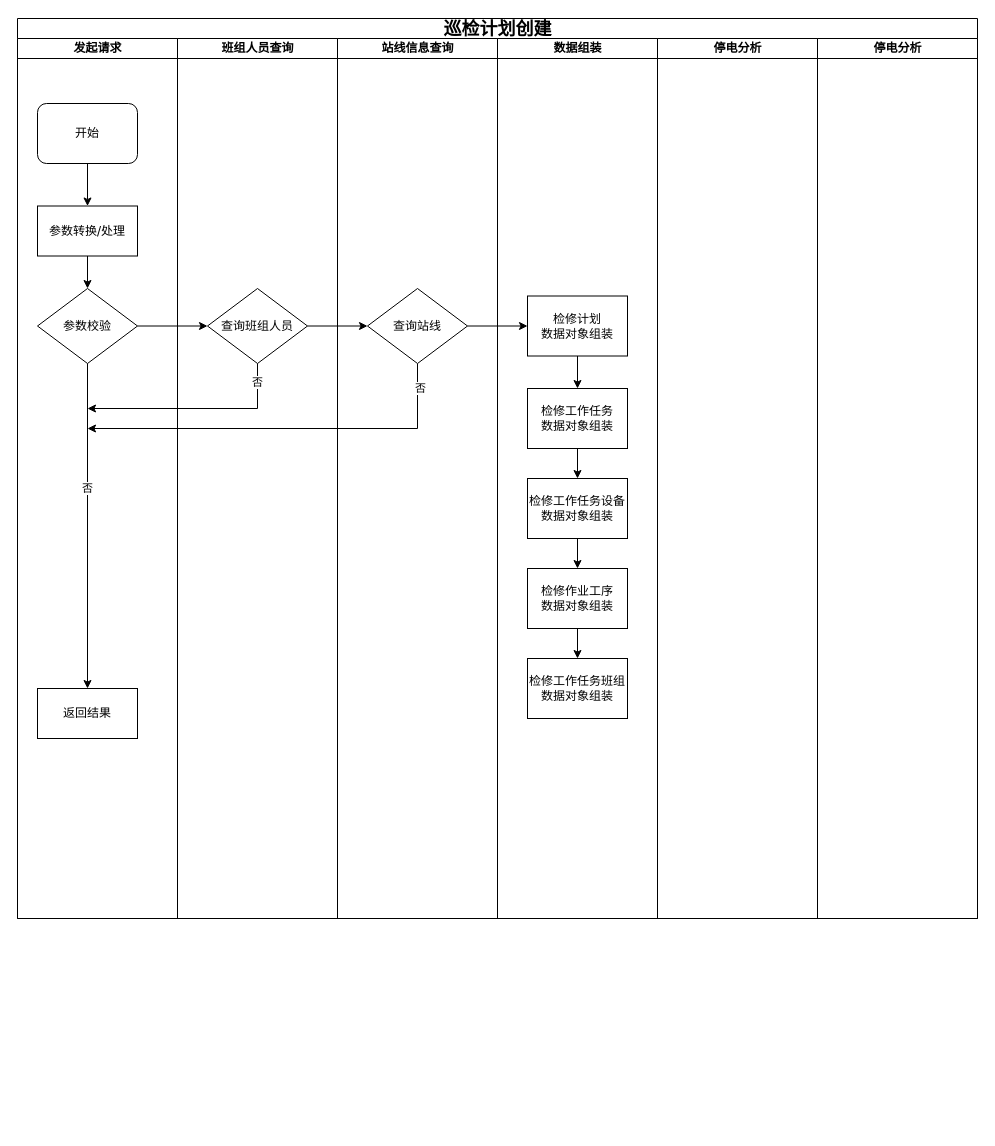
This is 未命名绘图.drawio from wwwwbo/jasperreport_demo, a draw.io file, before an edit. Source tidied: cells renumbered, new cells numbered last; positions are measured from the earlier drawing's top-left corner, leaving out a move shared by most shapes. Both pictures are drawn from the tidied source at 100%, with x=0, y=0 at pixel (17, 18).
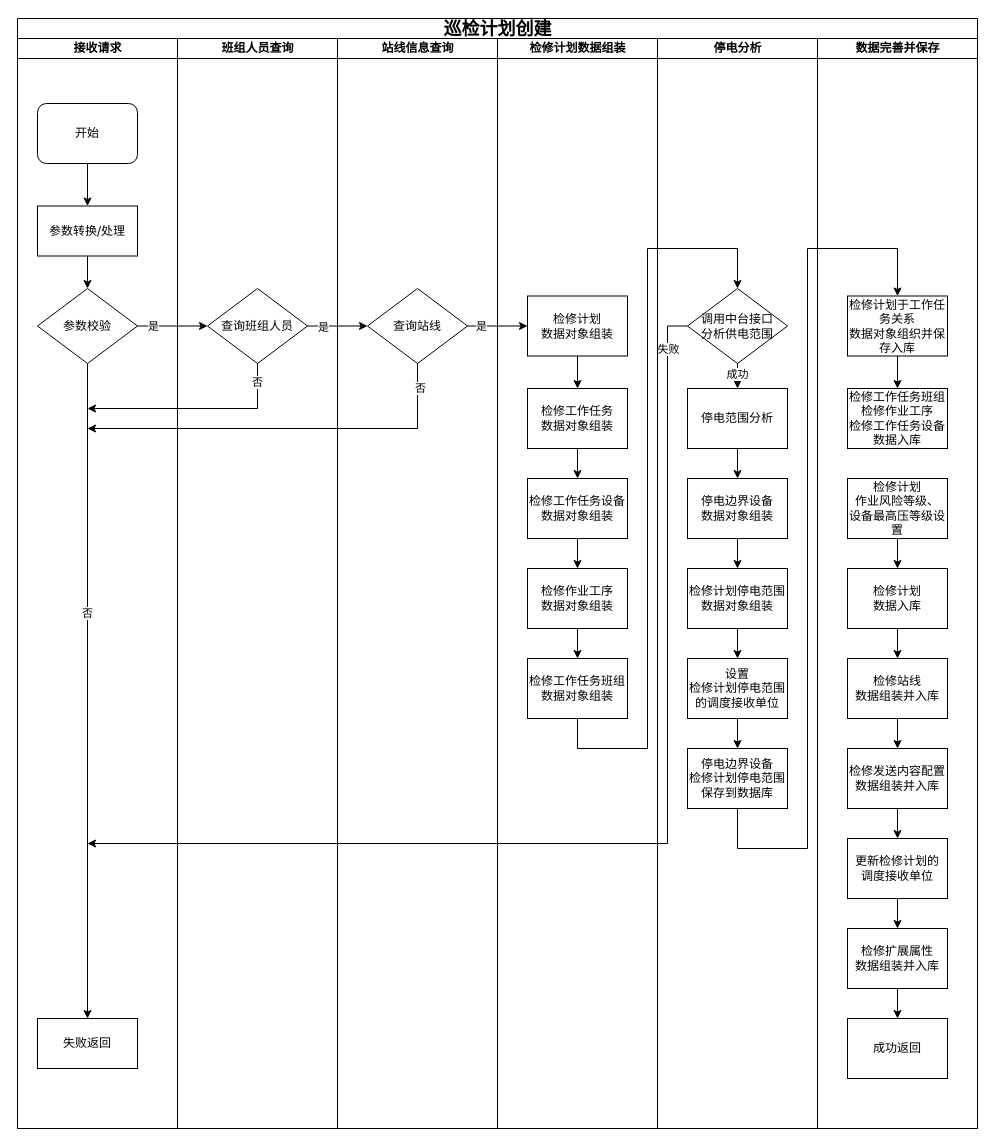
The same diagram, later.

Commit message:
更新未命名绘图.drawio

The change refers to these unchanged cells:
```xml
<mxCell id="29" value="&lt;font style=&quot;font-size: 12px;&quot;&gt;检修工作任务班组&lt;/font&gt;&lt;div&gt;&lt;span style=&quot;font-size: 12px;&quot;&gt;数据对象组装&lt;/span&gt;&lt;/div&gt;" style="whiteSpace=wrap;html=1;fontSize=8;fontFamily=Verdana;rounded=0;shadow=0;labelBackgroundColor=none;strokeWidth=1;" parent="20" vertex="1">
  <mxGeometry x="30" y="620" width="100" height="60" as="geometry" />
</mxCell>
<mxCell id="31" style="edgeStyle=orthogonalEdgeStyle;rounded=0;jettySize=auto;html=1;" parent="2" edge="1" source="8" target="13">
  <mxGeometry relative="1" as="geometry" />
</mxCell>
<mxCell id="32" style="edgeStyle=orthogonalEdgeStyle;rounded=0;jettySize=auto;html=1;exitX=1;exitY=0.5;exitDx=0;exitDy=0;entryX=0;entryY=0.5;entryDx=0;entryDy=0;" parent="2" edge="1" source="13" target="19">
  <mxGeometry relative="1" as="geometry" />
</mxCell>
<mxCell id="33" style="edgeStyle=orthogonalEdgeStyle;rounded=0;jettySize=auto;html=1;" parent="2" edge="1" source="19" target="22">
  <mxGeometry relative="1" as="geometry" />
</mxCell>
```

Change to the diagram source:
```diff
@@
     <mxCell id="2" value="&lt;font style=&quot;font-size: 18px;&quot;&gt;巡检计划创建&lt;/font&gt;" style="swimlane;html=1;startSize=20;rounded=0;shadow=0;labelBackgroundColor=none;strokeWidth=1;fontFamily=Verdana;fontSize=8;align=center;" parent="1" vertex="1">
-      <mxGeometry width="960" height="900" as="geometry" />
+      <mxGeometry width="960" height="1110" as="geometry" />
     </mxCell>
-    <mxCell id="3" value="发起请求" style="swimlane;html=1;startSize=20;" parent="2" vertex="1">
-      <mxGeometry y="20" width="160" height="880" as="geometry" />
+    <mxCell id="3" value="接收请求" style="swimlane;html=1;startSize=20;" parent="2" vertex="1">
+      <mxGeometry y="20" width="160" height="1090" as="geometry" />
     </mxCell>
@@
-    <mxCell id="9" value="返回结果" style="rounded=0;whiteSpace=wrap;html=1;" parent="3" vertex="1">
-      <mxGeometry x="20" y="650" width="100" height="50" as="geometry" />
+    <mxCell id="9" value="失败返回" style="rounded=0;whiteSpace=wrap;html=1;" parent="3" vertex="1">
+      <mxGeometry x="20" y="980" width="100" height="50" as="geometry" />
     </mxCell>
@@
     <mxCell id="12" value="班组人员查询" style="swimlane;html=1;startSize=20;" parent="2" vertex="1">
-      <mxGeometry x="160" y="20" width="160" height="880" as="geometry" />
+      <mxGeometry x="160" y="20" width="160" height="1090" as="geometry" />
     </mxCell>
@@
     <mxCell id="16" value="站线信息查询" style="swimlane;html=1;startSize=20;" parent="2" vertex="1">
-      <mxGeometry x="320" y="20" width="160" height="880" as="geometry" />
+      <mxGeometry x="320" y="20" width="160" height="1090" as="geometry" />
     </mxCell>
@@
-    <mxCell id="20" value="数据组装" style="swimlane;html=1;startSize=20;" parent="2" vertex="1">
-      <mxGeometry x="480" y="20" width="160" height="880" as="geometry" />
+    <mxCell id="20" value="检修计划数据组装" style="swimlane;html=1;startSize=20;" parent="2" vertex="1">
+      <mxGeometry x="480" y="20" width="160" height="1090" as="geometry" />
     </mxCell>
@@
     <mxCell id="30" value="停电分析" style="swimlane;html=1;startSize=20;" parent="2" vertex="1">
-      <mxGeometry x="640" y="20" width="160" height="880" as="geometry" />
+      <mxGeometry x="640" y="20" width="160" height="1090" as="geometry" />
     </mxCell>
+    <mxCell id="35" style="edgeStyle=orthogonalEdgeStyle;rounded=0;jettySize=auto;html=1;exitX=0.5;exitY=1;exitDx=0;exitDy=0;entryX=0.5;entryY=0;entryDx=0;entryDy=0;" parent="30" edge="1" source="37" target="39">
+      <mxGeometry relative="1" as="geometry" />
+    </mxCell>
+    <mxCell id="36" value="成功" style="edgeLabel;html=1;align=center;verticalAlign=middle;" parent="35" vertex="1">
+      <mxGeometry x="-0.17" y="-1" relative="1" as="geometry" />
+    </mxCell>
+    <mxCell id="37" value="&lt;span style=&quot;font-size: 12px;&quot;&gt;调用中台接口&lt;/span&gt;&lt;div&gt;&lt;span style=&quot;font-size: 12px;&quot;&gt;分析供电范围&lt;/span&gt;&lt;/div&gt;" style="rhombus;whiteSpace=wrap;html=1;rounded=0;shadow=0;labelBackgroundColor=none;strokeWidth=1;fontFamily=Verdana;fontSize=8;align=center;" parent="30" vertex="1">
+      <mxGeometry x="30" y="250" width="100" height="75" as="geometry" />
+    </mxCell>
+    <mxCell id="38" style="edgeStyle=orthogonalEdgeStyle;rounded=0;jettySize=auto;html=1;exitX=0.5;exitY=1;exitDx=0;exitDy=0;" parent="30" edge="1" source="39" target="41">
+      <mxGeometry relative="1" as="geometry" />
+    </mxCell>
+    <mxCell id="39" value="&lt;div&gt;&lt;span style=&quot;font-size: 12px;&quot;&gt;停电范围分析&lt;/span&gt;&lt;/div&gt;" style="whiteSpace=wrap;html=1;fontSize=8;fontFamily=Verdana;rounded=0;shadow=0;labelBackgroundColor=none;strokeWidth=1;" parent="30" vertex="1">
+      <mxGeometry x="30" y="350" width="100" height="60" as="geometry" />
+    </mxCell>
+    <mxCell id="40" style="edgeStyle=orthogonalEdgeStyle;rounded=0;jettySize=auto;html=1;exitX=0.5;exitY=1;exitDx=0;exitDy=0;entryX=0.5;entryY=0;entryDx=0;entryDy=0;" parent="30" edge="1" source="41" target="43">
+      <mxGeometry relative="1" as="geometry" />
+    </mxCell>
+    <mxCell id="41" value="&lt;div&gt;&lt;span style=&quot;font-size: 12px;&quot;&gt;停电边界设备&lt;/span&gt;&lt;/div&gt;&lt;div&gt;&lt;span style=&quot;font-size: 12px;&quot;&gt;数据对象组装&lt;/span&gt;&lt;/div&gt;" style="whiteSpace=wrap;html=1;fontSize=8;fontFamily=Verdana;rounded=0;shadow=0;labelBackgroundColor=none;strokeWidth=1;" parent="30" vertex="1">
+      <mxGeometry x="30" y="440" width="100" height="60" as="geometry" />
+    </mxCell>
+    <mxCell id="42" style="edgeStyle=orthogonalEdgeStyle;rounded=0;jettySize=auto;html=1;exitX=0.5;exitY=1;exitDx=0;exitDy=0;entryX=0.5;entryY=0;entryDx=0;entryDy=0;" parent="30" edge="1" source="43" target="45">
+      <mxGeometry relative="1" as="geometry" />
+    </mxCell>
+    <mxCell id="43" value="&lt;div&gt;&lt;span style=&quot;font-size: 12px;&quot;&gt;检修计划停电范围&lt;/span&gt;&lt;/div&gt;&lt;div&gt;&lt;span style=&quot;font-size: 12px;&quot;&gt;数据对象组装&lt;/span&gt;&lt;/div&gt;" style="whiteSpace=wrap;html=1;fontSize=8;fontFamily=Verdana;rounded=0;shadow=0;labelBackgroundColor=none;strokeWidth=1;" parent="30" vertex="1">
+      <mxGeometry x="30" y="530" width="100" height="60" as="geometry" />
+    </mxCell>
+    <mxCell id="44" style="edgeStyle=orthogonalEdgeStyle;rounded=0;jettySize=auto;html=1;exitX=0.5;exitY=1;exitDx=0;exitDy=0;entryX=0.5;entryY=0;entryDx=0;entryDy=0;" parent="30" edge="1" source="45" target="46">
+      <mxGeometry relative="1" as="geometry" />
+    </mxCell>
+    <mxCell id="45" value="&lt;span style=&quot;font-size: 12px;&quot;&gt;设置&lt;/span&gt;&lt;div&gt;&lt;span style=&quot;font-size: 12px;&quot;&gt;检修计划停电范围&lt;/span&gt;&lt;/div&gt;&lt;div&gt;&lt;span style=&quot;font-size: 12px;&quot;&gt;的调度接收单位&lt;/span&gt;&lt;/div&gt;" style="whiteSpace=wrap;html=1;fontSize=8;fontFamily=Verdana;rounded=0;shadow=0;labelBackgroundColor=none;strokeWidth=1;" parent="30" vertex="1">
+      <mxGeometry x="30" y="620" width="100" height="60" as="geometry" />
+    </mxCell>
+    <mxCell id="46" value="&lt;div&gt;&lt;span style=&quot;font-size: 12px;&quot;&gt;停电边界设备&lt;/span&gt;&lt;/div&gt;&lt;div&gt;&lt;span style=&quot;font-size: 12px;&quot;&gt;检修计划停电范围&lt;/span&gt;&lt;span style=&quot;font-size: 12px;&quot;&gt;&lt;/span&gt;&lt;/div&gt;&lt;div&gt;&lt;span style=&quot;font-size: 12px;&quot;&gt;保存到数据库&lt;/span&gt;&lt;/div&gt;" style="whiteSpace=wrap;html=1;fontSize=8;fontFamily=Verdana;rounded=0;shadow=0;labelBackgroundColor=none;strokeWidth=1;" parent="30" vertex="1">
+      <mxGeometry x="30" y="710" width="100" height="60" as="geometry" />
+    </mxCell>
@@
+    <mxCell id="47" value="是" style="edgeLabel;html=1;align=center;verticalAlign=middle;" parent="31" vertex="1">
+      <mxGeometry x="-0.58" relative="1" as="geometry" />
+    </mxCell>
@@
+    <mxCell id="48" value="是" style="edgeLabel;html=1;align=center;verticalAlign=middle;" parent="32" vertex="1">
+      <mxGeometry x="-0.51" y="-1" relative="1" as="geometry" />
+    </mxCell>
@@
+    <mxCell id="49" value="是" style="edgeLabel;html=1;align=center;verticalAlign=middle;" parent="33" vertex="1">
+      <mxGeometry x="-0.57" relative="1" as="geometry" />
+    </mxCell>
+    <mxCell id="50" style="edgeStyle=orthogonalEdgeStyle;rounded=0;jettySize=auto;html=1;entryX=0.5;entryY=0;entryDx=0;entryDy=0;exitX=0.5;exitY=1;exitDx=0;exitDy=0;" parent="2" edge="1" source="29" target="37">
+      <mxGeometry relative="1" as="geometry">
+        <Array as="points">
+          <mxPoint x="560" y="730" />
+          <mxPoint x="630" y="730" />
+          <mxPoint x="630" y="230" />
+          <mxPoint x="720" y="230" />
+        </Array>
+      </mxGeometry>
+    </mxCell>
+    <mxCell id="51" style="edgeStyle=orthogonalEdgeStyle;rounded=0;jettySize=auto;html=1;exitX=0;exitY=0.5;exitDx=0;exitDy=0;" parent="2" edge="1" source="37">
+      <mxGeometry relative="1" as="geometry">
+        <mxPoint x="70" y="825" as="targetPoint" />
+        <Array as="points">
+          <mxPoint x="650" y="307" />
+          <mxPoint x="650" y="825" />
+          <mxPoint x="70" y="825" />
+        </Array>
+      </mxGeometry>
+    </mxCell>
+    <mxCell id="52" value="失败" style="edgeLabel;html=1;align=center;verticalAlign=middle;" parent="51" vertex="1">
+      <mxGeometry x="-0.85" relative="1" as="geometry">
+        <mxPoint y="-41" as="offset" />
+      </mxGeometry>
+    </mxCell>
-    <mxCell id="34" value="停电分析" style="swimlane;html=1;startSize=20;" parent="2" vertex="1">
-      <mxGeometry x="800" y="20" width="160" height="880" as="geometry" />
+    <mxCell id="34" value="数据完善并保存" style="swimlane;html=1;startSize=20;" parent="2" vertex="1">
+      <mxGeometry x="800" y="20" width="160" height="1090" as="geometry" />
     </mxCell>
+    <mxCell id="53" style="edgeStyle=orthogonalEdgeStyle;rounded=0;jettySize=auto;html=1;exitX=0.5;exitY=1;exitDx=0;exitDy=0;entryX=0.5;entryY=0;entryDx=0;entryDy=0;" parent="34" edge="1" source="54" target="55">
+      <mxGeometry relative="1" as="geometry" />
+    </mxCell>
+    <mxCell id="54" value="&lt;div&gt;&lt;span style=&quot;font-size: 12px;&quot;&gt;检修计划于工作任务关系&lt;br&gt;数据对象组织并保存入库&lt;/span&gt;&lt;/div&gt;" style="whiteSpace=wrap;html=1;fontSize=8;fontFamily=Verdana;rounded=0;shadow=0;labelBackgroundColor=none;strokeWidth=1;" parent="34" vertex="1">
+      <mxGeometry x="30" y="257.5" width="100" height="60" as="geometry" />
+    </mxCell>
+    <mxCell id="55" value="&lt;span style=&quot;font-size: 12px;&quot;&gt;检修工作任务班组&lt;/span&gt;&lt;div&gt;&lt;span style=&quot;font-size: 12px;&quot;&gt;检修作业工序&lt;/span&gt;&lt;span style=&quot;font-size: 12px;&quot;&gt;&lt;/span&gt;&lt;/div&gt;&lt;div&gt;&lt;font style=&quot;font-size: 12px;&quot;&gt;检修工作任务设备&lt;/font&gt;&lt;span style=&quot;font-size: 12px;&quot;&gt;&lt;/span&gt;&lt;/div&gt;&lt;div&gt;&lt;font style=&quot;font-size: 12px;&quot;&gt;数据入库&lt;/font&gt;&lt;/div&gt;" style="whiteSpace=wrap;html=1;fontSize=8;fontFamily=Verdana;rounded=0;shadow=0;labelBackgroundColor=none;strokeWidth=1;" parent="34" vertex="1">
+      <mxGeometry x="30" y="350" width="100" height="60" as="geometry" />
+    </mxCell>
+    <mxCell id="56" style="edgeStyle=orthogonalEdgeStyle;rounded=0;jettySize=auto;html=1;exitX=0.5;exitY=1;exitDx=0;exitDy=0;entryX=0.5;entryY=0;entryDx=0;entryDy=0;" parent="34" edge="1" source="57" target="59">
+      <mxGeometry relative="1" as="geometry" />
+    </mxCell>
+    <mxCell id="57" value="&lt;span style=&quot;font-size: 12px;&quot;&gt;检修计划&lt;/span&gt;&lt;div&gt;&lt;span style=&quot;font-size: 12px; background-color: transparent; color: light-dark(rgb(0, 0, 0), rgb(255, 255, 255));&quot;&gt;作业风险等级、&lt;/span&gt;&lt;div&gt;&lt;span style=&quot;font-size: 12px;&quot;&gt;设备最高压等级设置&lt;/span&gt;&lt;/div&gt;&lt;div&gt;&lt;span style=&quot;font-size: 12px;&quot;&gt;&lt;/span&gt;&lt;/div&gt;&lt;/div&gt;" style="whiteSpace=wrap;html=1;fontSize=8;fontFamily=Verdana;rounded=0;shadow=0;labelBackgroundColor=none;strokeWidth=1;" parent="34" vertex="1">
+      <mxGeometry x="30" y="440" width="100" height="60" as="geometry" />
+    </mxCell>
+    <mxCell id="58" style="edgeStyle=orthogonalEdgeStyle;rounded=0;jettySize=auto;html=1;" parent="34" edge="1" source="59" target="61">
+      <mxGeometry relative="1" as="geometry" />
+    </mxCell>
+    <mxCell id="59" value="&lt;div&gt;&lt;span style=&quot;font-size: 12px;&quot;&gt;检修计划&lt;/span&gt;&lt;/div&gt;&lt;div&gt;&lt;span style=&quot;font-size: 12px;&quot;&gt;数据入库&lt;/span&gt;&lt;/div&gt;" style="whiteSpace=wrap;html=1;fontSize=8;fontFamily=Verdana;rounded=0;shadow=0;labelBackgroundColor=none;strokeWidth=1;" parent="34" vertex="1">
+      <mxGeometry x="30" y="530" width="100" height="60" as="geometry" />
+    </mxCell>
+    <mxCell id="60" style="edgeStyle=orthogonalEdgeStyle;rounded=0;jettySize=auto;html=1;exitX=0.5;exitY=1;exitDx=0;exitDy=0;entryX=0.5;entryY=0;entryDx=0;entryDy=0;" parent="34" edge="1" source="61" target="63">
+      <mxGeometry relative="1" as="geometry" />
+    </mxCell>
+    <mxCell id="61" value="&lt;div&gt;&lt;span style=&quot;font-size: 12px;&quot;&gt;检修站线&lt;/span&gt;&lt;/div&gt;&lt;div&gt;&lt;span style=&quot;font-size: 12px;&quot;&gt;数据组装并入库&lt;/span&gt;&lt;/div&gt;" style="whiteSpace=wrap;html=1;fontSize=8;fontFamily=Verdana;rounded=0;shadow=0;labelBackgroundColor=none;strokeWidth=1;" parent="34" vertex="1">
+      <mxGeometry x="30" y="620" width="100" height="60" as="geometry" />
+    </mxCell>
+    <mxCell id="62" style="edgeStyle=orthogonalEdgeStyle;rounded=0;jettySize=auto;html=1;exitX=0.5;exitY=1;exitDx=0;exitDy=0;entryX=0.5;entryY=0;entryDx=0;entryDy=0;" parent="34" edge="1" source="63" target="65">
+      <mxGeometry relative="1" as="geometry" />
+    </mxCell>
+    <mxCell id="63" value="&lt;div&gt;&lt;span style=&quot;font-size: 12px;&quot;&gt;检修发送内容配置&lt;/span&gt;&lt;/div&gt;&lt;div&gt;&lt;span style=&quot;font-size: 12px;&quot;&gt;数据组装并入库&lt;/span&gt;&lt;/div&gt;" style="whiteSpace=wrap;html=1;fontSize=8;fontFamily=Verdana;rounded=0;shadow=0;labelBackgroundColor=none;strokeWidth=1;" parent="34" vertex="1">
+      <mxGeometry x="30" y="710" width="100" height="60" as="geometry" />
+    </mxCell>
+    <mxCell id="64" style="edgeStyle=orthogonalEdgeStyle;rounded=0;jettySize=auto;html=1;exitX=0.5;exitY=1;exitDx=0;exitDy=0;entryX=0.5;entryY=0;entryDx=0;entryDy=0;" parent="34" edge="1" source="65" target="67">
+      <mxGeometry relative="1" as="geometry" />
+    </mxCell>
+    <mxCell id="65" value="&lt;div&gt;&lt;span style=&quot;font-size: 12px;&quot;&gt;更新检修计划的&lt;/span&gt;&lt;/div&gt;&lt;div&gt;&lt;span style=&quot;font-size: 12px;&quot;&gt;调度接收单位&lt;/span&gt;&lt;/div&gt;" style="whiteSpace=wrap;html=1;fontSize=8;fontFamily=Verdana;rounded=0;shadow=0;labelBackgroundColor=none;strokeWidth=1;" parent="34" vertex="1">
+      <mxGeometry x="30" y="800" width="100" height="60" as="geometry" />
+    </mxCell>
+    <mxCell id="66" style="edgeStyle=orthogonalEdgeStyle;rounded=0;jettySize=auto;html=1;exitX=0.5;exitY=1;exitDx=0;exitDy=0;entryX=0.5;entryY=0;entryDx=0;entryDy=0;" parent="34" edge="1" source="67" target="68">
+      <mxGeometry relative="1" as="geometry" />
+    </mxCell>
+    <mxCell id="67" value="&lt;span style=&quot;font-size: 12px;&quot;&gt;检修扩展属性&lt;/span&gt;&lt;div&gt;&lt;span style=&quot;font-size: 12px;&quot;&gt;数据组装并入库&lt;/span&gt;&lt;/div&gt;" style="whiteSpace=wrap;html=1;fontSize=8;fontFamily=Verdana;rounded=0;shadow=0;labelBackgroundColor=none;strokeWidth=1;" parent="34" vertex="1">
+      <mxGeometry x="30" y="890" width="100" height="60" as="geometry" />
+    </mxCell>
+    <mxCell id="68" value="&lt;span style=&quot;font-size: 12px;&quot;&gt;成功返回&lt;/span&gt;" style="whiteSpace=wrap;html=1;fontSize=8;fontFamily=Verdana;rounded=0;shadow=0;labelBackgroundColor=none;strokeWidth=1;" parent="34" vertex="1">
+      <mxGeometry x="30" y="980" width="100" height="60" as="geometry" />
+    </mxCell>
+    <mxCell id="69" style="edgeStyle=orthogonalEdgeStyle;rounded=0;jettySize=auto;html=1;exitX=0.5;exitY=1;exitDx=0;exitDy=0;entryX=0.5;entryY=0;entryDx=0;entryDy=0;" parent="2" edge="1" source="46" target="54">
+      <mxGeometry relative="1" as="geometry">
+        <Array as="points">
+          <mxPoint x="720" y="830" />
+          <mxPoint x="790" y="830" />
+          <mxPoint x="790" y="230" />
+          <mxPoint x="880" y="230" />
+        </Array>
+      </mxGeometry>
+    </mxCell>
```
